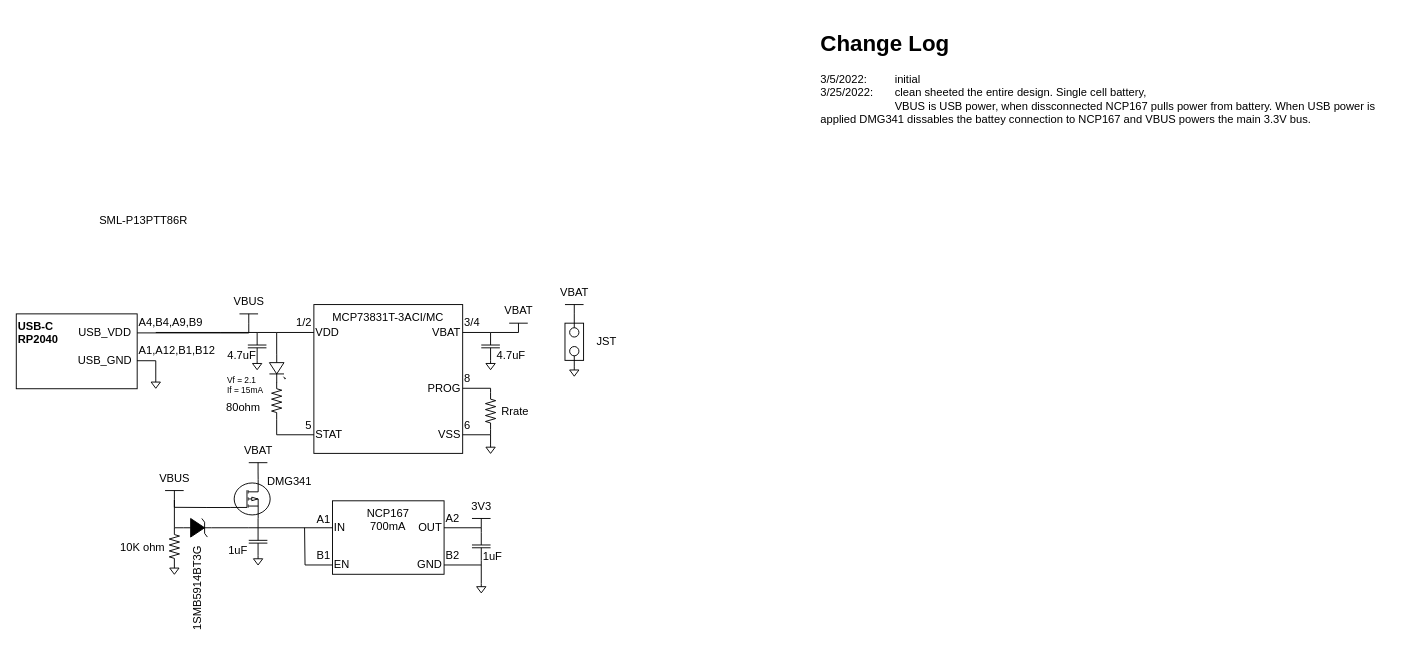
Before: page "PSU" (5 of 11) of PleaseGoUp_RP2040.drawio in liamherlihy/pleaseGoUp, a draw.io diagram. Source tidied: cells renumbered, new cells numbered last; positions are measured from the earlier drawing's top-left corner, leaving out a move shared by most shapes. Both pictures are drawn from the tidied source at 93%, with x=0, y=0 at pixel (16, 25).
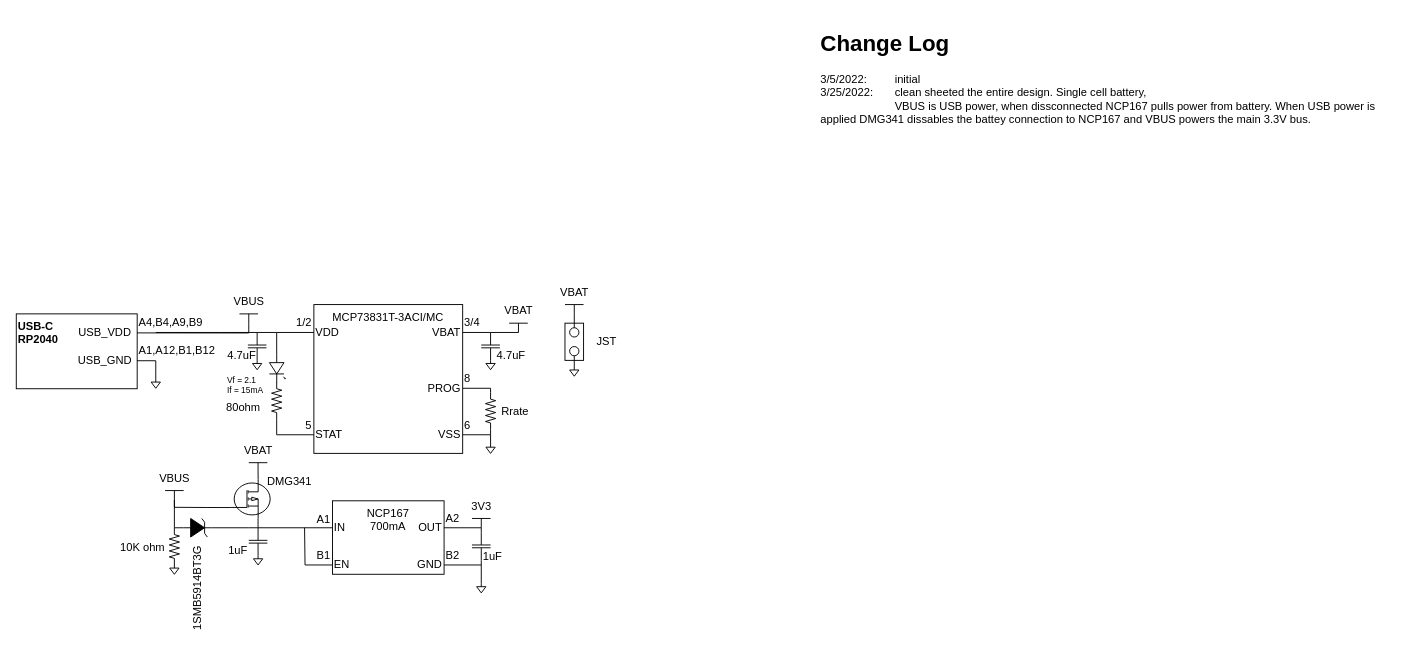
Above is the later version.

What changed in the source:
```diff
@@
-    <mxCell id="85" value="SML-P13PTT86R" style="text;html=1;strokeColor=none;fillColor=none;align=center;verticalAlign=middle;whiteSpace=wrap;rounded=0;rotation=0;" parent="1" vertex="1">
-      <mxGeometry x="84" y="200" width="106" height="20" as="geometry" />
-    </mxCell>
```
